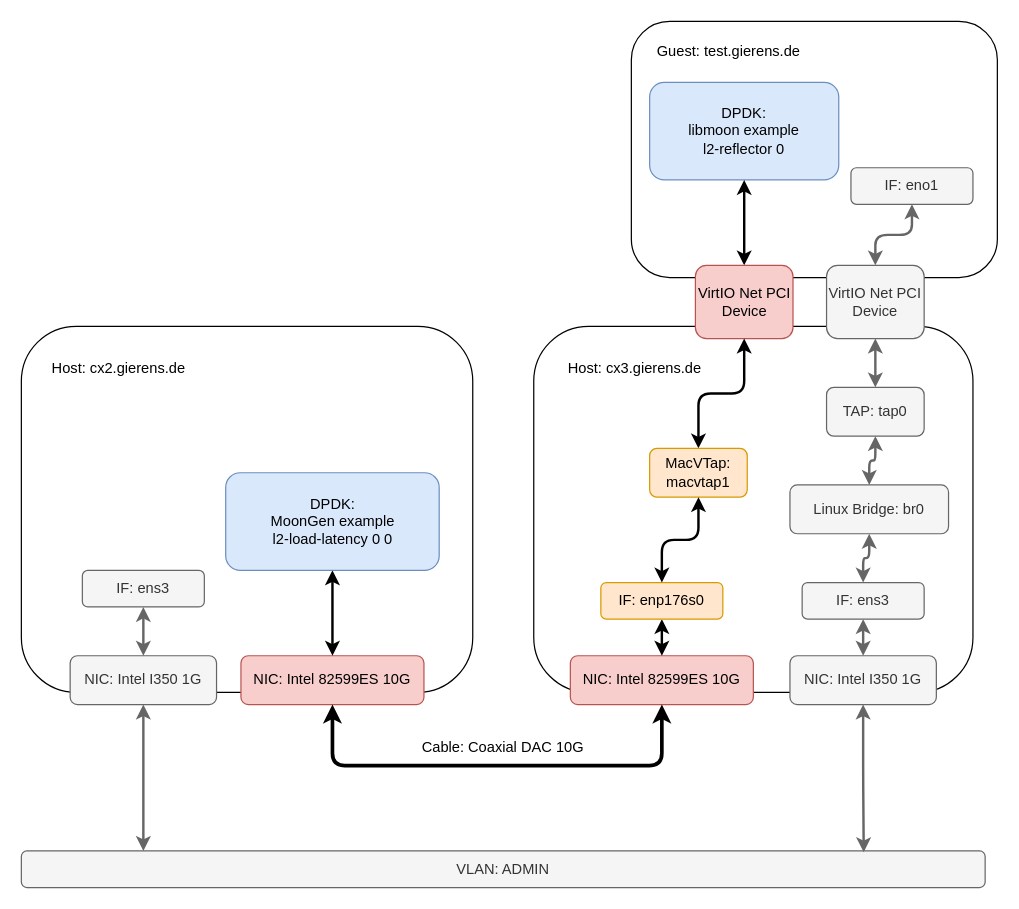
Before: page "MacVTap VirtIO" (3 of 3) of testsystem.drawio in vmuxIO/diagrams, a draw.io diagram. Source tidied: cells renumbered, new cells numbered last; positions are measured from the earlier drawing's top-left corner, leaving out a move shared by most shapes. Both pictures are drawn from the tidied source at 122%, with x=0, y=0 at pixel (21, 21).
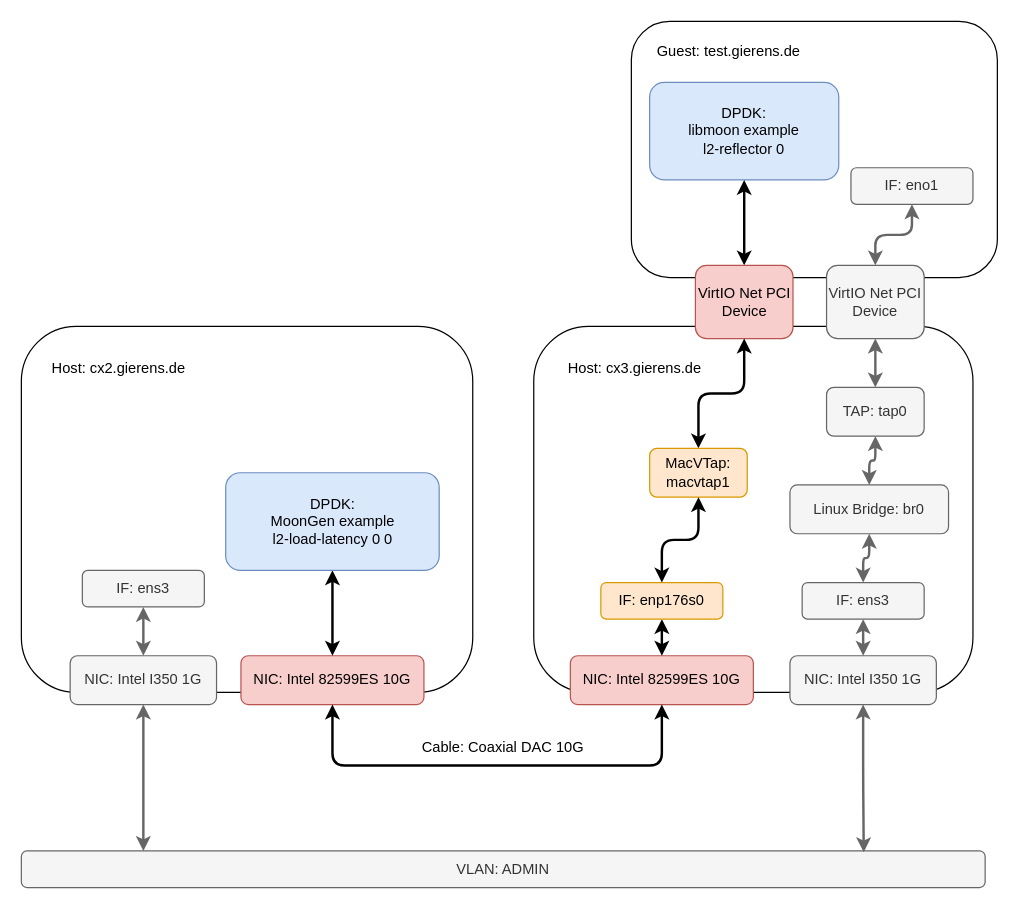
The same diagram, later.

The change refers to these unchanged cells:
```xml
<mxCell id="2" style="group;" parent="1" vertex="1">
  <mxGeometry width="800" height="710" as="geometry" />
</mxCell>
<mxCell id="14" value="NIC: Intel 82599ES 10G" style="rounded=1;whiteSpace=wrap;html=1;fillColor=#f8cecc;strokeColor=#b85450;" parent="2" vertex="1">
  <mxGeometry x="180" y="520" width="150" height="40" as="geometry" />
</mxCell>
<mxCell id="15" value="NIC: Intel 82599ES 10G" style="rounded=1;whiteSpace=wrap;html=1;fillColor=#f8cecc;strokeColor=#b85450;" parent="2" vertex="1">
  <mxGeometry x="450" y="520" width="150" height="40" as="geometry" />
</mxCell>
```

The edit, as a diff of the source:
```diff
@@
-    <mxCell id="16" style="edgeStyle=orthogonalEdgeStyle;rounded=1;jettySize=auto;html=1;exitX=0.5;exitY=1;exitDx=0;exitDy=0;startArrow=classic;startFill=1;strokeWidth=3;entryX=0.5;entryY=1;entryDx=0;entryDy=0;" parent="2" edge="1" source="14" target="15">
+    <mxCell id="16" style="edgeStyle=orthogonalEdgeStyle;rounded=1;jettySize=auto;html=1;exitX=0.5;exitY=1;exitDx=0;exitDy=0;startArrow=classic;startFill=1;strokeWidth=2;entryX=0.5;entryY=1;entryDx=0;entryDy=0;" parent="2" edge="1" source="14" target="15">
       <mxGeometry relative="1" as="geometry">
         <Array as="points">
           <mxPoint x="255" y="610" />
           <mxPoint x="525" y="610" />
         </Array>
       </mxGeometry>
     </mxCell>
```
